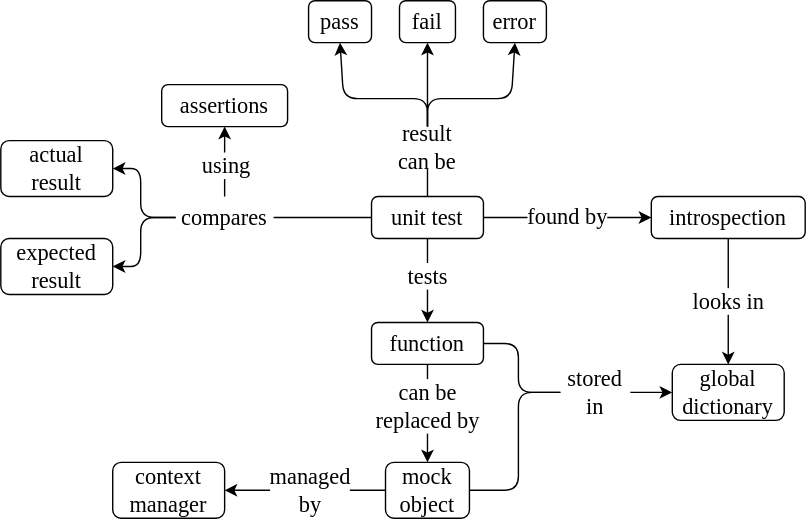
Above: docs/tester/tester_concept_map.svg in gvwilson/sdxpy (draw.io), before the change. Source tidied: cells renumbered, new cells last; positions are measured from the earlier drawing's top-left corner, leaving out a move shared by most shapes.
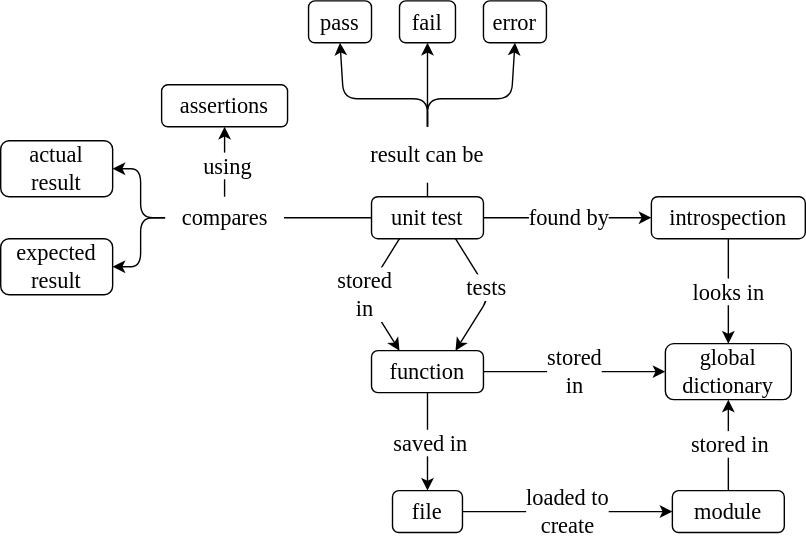
After the change.

What changed in the source:
```diff
@@ -23,12 +23,6 @@
     <mxCell id="8" value="&lt;font style=&quot;font-size: 16px; line-height: 1;&quot;&gt;introspection&lt;br style=&quot;font-size: 16px;&quot;&gt;&lt;/font&gt;" style="rounded=1;whiteSpace=wrap;html=1;hachureGap=4;fontFamily=Verdana;fontSize=16;fillColor=none;" parent="1" vertex="1">
       <mxGeometry x="465" y="140" width="110" height="30" as="geometry" />
     </mxCell>
-    <mxCell id="9" value="&lt;font style=&quot;font-size: 16px; line-height: 1;&quot;&gt;mock object&lt;br style=&quot;font-size: 16px;&quot;&gt;&lt;/font&gt;" style="rounded=1;whiteSpace=wrap;html=1;hachureGap=4;fontFamily=Verdana;fontSize=16;fillColor=none;" parent="1" vertex="1">
-      <mxGeometry x="275" y="330" width="60" height="40" as="geometry" />
-    </mxCell>
-    <mxCell id="10" value="&lt;font style=&quot;font-size: 16px; line-height: 1;&quot;&gt;context manager&lt;br style=&quot;font-size: 16px;&quot;&gt;&lt;/font&gt;" style="rounded=1;whiteSpace=wrap;html=1;hachureGap=4;fontFamily=Verdana;fontSize=16;fillColor=none;" parent="1" vertex="1">
-      <mxGeometry x="80" y="330" width="80" height="40" as="geometry" />
-    </mxCell>
     <mxCell id="11" value="&lt;font style=&quot;font-size: 16px;&quot;&gt;assertions&lt;/font&gt;" style="rounded=1;whiteSpace=wrap;html=1;hachureGap=4;fontFamily=Verdana;fontSize=16;fillColor=none;" parent="1" vertex="1">
       <mxGeometry x="115" y="60" width="90" height="30" as="geometry" />
     </mxCell>
@@ -40,8 +34,8 @@
         </Array>
       </mxGeometry>
     </mxCell>
-    <mxCell id="13" value="result&lt;br style=&quot;font-size: 16px;&quot;&gt;can be" style="text;html=1;strokeColor=none;fillColor=none;align=center;verticalAlign=middle;whiteSpace=wrap;rounded=0;sketch=1;hachureGap=4;fontFamily=Verdana;fontSize=16;" parent="1" vertex="1">
-      <mxGeometry x="275" y="90" width="60" height="30" as="geometry" />
+    <mxCell id="13" value="result can be" style="text;html=1;strokeColor=none;fillColor=none;align=center;verticalAlign=middle;whiteSpace=wrap;rounded=0;sketch=1;hachureGap=4;fontFamily=Verdana;fontSize=16;" parent="1" vertex="1">
+      <mxGeometry x="240" y="90" width="130" height="40" as="geometry" />
     </mxCell>
     <mxCell id="14" style="endArrow=classic;html=1;rounded=1;hachureGap=4;fontFamily=Verdana;fontSize=16;sourcePerimeterSpacing=8;targetPerimeterSpacing=8;entryX=0.5;entryY=1;entryDx=0;entryDy=0;exitX=0.5;exitY=0;exitDx=0;exitDy=0;" parent="1" edge="1" source="13" target="5">
       <mxGeometry relative="1" as="geometry">
@@ -52,7 +46,7 @@
       </mxGeometry>
     </mxCell>
     <mxCell id="15" value="compares" style="text;html=1;strokeColor=none;fillColor=none;align=center;verticalAlign=middle;whiteSpace=wrap;rounded=0;sketch=1;hachureGap=4;fontFamily=Verdana;fontSize=16;" parent="1" vertex="1">
-      <mxGeometry x="125" y="140" width="70" height="30" as="geometry" />
+      <mxGeometry x="117.5" y="140" width="85" height="30" as="geometry" />
     </mxCell>
     <mxCell id="16" style="endArrow=none;html=1;rounded=0;hachureGap=4;fontFamily=Verdana;fontSize=16;sourcePerimeterSpacing=8;targetPerimeterSpacing=8;curved=1;entryX=0;entryY=0.5;entryDx=0;entryDy=0;exitX=1;exitY=0.5;exitDx=0;exitDy=0;" parent="1" edge="1" source="15" target="2">
       <mxGeometry relative="1" as="geometry" />
@@ -80,67 +74,66 @@
       <mxGeometry x="-0.1" y="-1" relative="1" as="geometry" />
     </mxCell>
     <mxCell id="21" value="&lt;font style=&quot;font-size: 16px;&quot;&gt;function&lt;/font&gt;" style="rounded=1;whiteSpace=wrap;html=1;hachureGap=4;fontFamily=Verdana;fontSize=16;fillColor=none;" parent="1" vertex="1">
-      <mxGeometry x="265" y="230" width="80" height="30" as="geometry" />
+      <mxGeometry x="265" y="250" width="80" height="30" as="geometry" />
     </mxCell>
-    <mxCell id="22" style="endArrow=classic;html=1;rounded=0;hachureGap=4;fontFamily=Verdana;fontSize=16;sourcePerimeterSpacing=8;targetPerimeterSpacing=8;curved=1;exitX=0.5;exitY=1;exitDx=0;exitDy=0;entryX=0.5;entryY=0;entryDx=0;entryDy=0;" parent="1" edge="1" source="2" target="21">
-      <mxGeometry relative="1" as="geometry" />
+    <mxCell id="22" style="endArrow=classic;html=1;rounded=1;hachureGap=4;fontFamily=Verdana;fontSize=16;sourcePerimeterSpacing=8;targetPerimeterSpacing=8;exitX=0.75;exitY=1;exitDx=0;exitDy=0;entryX=0.75;entryY=0;entryDx=0;entryDy=0;" parent="1" edge="1" source="2" target="21">
+      <mxGeometry relative="1" as="geometry">
+        <Array as="points">
+          <mxPoint x="350" y="210" />
+        </Array>
+      </mxGeometry>
     </mxCell>
     <mxCell id="23" value="tests" style="edgeLabel;html=1;align=center;verticalAlign=middle;fontSize=16;fontFamily=Verdana;" parent="22" vertex="1">
       <mxGeometry x="-0.13" relative="1" as="geometry" />
     </mxCell>
-    <mxCell id="24" style="endArrow=classic;html=1;rounded=0;hachureGap=4;fontFamily=Verdana;fontSize=16;sourcePerimeterSpacing=8;targetPerimeterSpacing=8;curved=1;entryX=0.5;entryY=0;entryDx=0;entryDy=0;exitX=0.5;exitY=1;exitDx=0;exitDy=0;" parent="1" edge="1" source="21" target="9">
-      <mxGeometry relative="1" as="geometry" />
-    </mxCell>
-    <mxCell id="25" value="can be&lt;br style=&quot;font-size: 16px;&quot;&gt;replaced by" style="edgeLabel;html=1;align=center;verticalAlign=middle;fontSize=16;fontFamily=Verdana;" parent="24" vertex="1">
-      <mxGeometry x="-0.15" relative="1" as="geometry" />
-    </mxCell>
     <mxCell id="26" style="endArrow=classic;html=1;rounded=0;hachureGap=4;fontFamily=Verdana;fontSize=16;sourcePerimeterSpacing=8;targetPerimeterSpacing=8;curved=1;entryX=0;entryY=0.5;entryDx=0;entryDy=0;exitX=1;exitY=0.5;exitDx=0;exitDy=0;" parent="1" edge="1" source="2" target="8">
       <mxGeometry relative="1" as="geometry" />
     </mxCell>
     <mxCell id="27" value="found by" style="edgeLabel;html=1;align=center;verticalAlign=middle;fontSize=16;fontFamily=Verdana;" parent="26" vertex="1">
       <mxGeometry y="1" relative="1" as="geometry" />
     </mxCell>
-    <mxCell id="28" style="endArrow=classic;html=1;rounded=1;hachureGap=4;fontFamily=Verdana;fontSize=16;sourcePerimeterSpacing=8;targetPerimeterSpacing=8;entryX=1;entryY=0.5;entryDx=0;entryDy=0;exitX=0;exitY=0.5;exitDx=0;exitDy=0;" parent="1" edge="1" source="9" target="10">
-      <mxGeometry relative="1" as="geometry" />
-    </mxCell>
-    <mxCell id="29" value="managed&lt;br style=&quot;font-size: 16px;&quot;&gt;by" style="edgeLabel;html=1;align=center;verticalAlign=middle;fontSize=16;fontFamily=Verdana;spacingLeft=2;spacingRight=2;" parent="28" vertex="1">
-      <mxGeometry x="0.1" y="1" relative="1" as="geometry">
-        <mxPoint x="9" y="-1" as="offset" />
-      </mxGeometry>
-    </mxCell>
     <mxCell id="30" value="&lt;font style=&quot;font-size: 16px;&quot;&gt;global dictionary&lt;/font&gt;" style="rounded=1;whiteSpace=wrap;html=1;hachureGap=4;fontFamily=Verdana;fontSize=16;fillColor=none;" parent="1" vertex="1">
-      <mxGeometry x="480" y="260" width="80" height="40" as="geometry" />
+      <mxGeometry x="475" y="245" width="90" height="40" as="geometry" />
     </mxCell>
     <mxCell id="31" value="looks in" style="endArrow=classic;html=1;rounded=1;hachureGap=4;fontFamily=Verdana;fontSize=16;sourcePerimeterSpacing=8;targetPerimeterSpacing=8;entryX=0.5;entryY=0;entryDx=0;entryDy=0;exitX=0.5;exitY=1;exitDx=0;exitDy=0;" parent="1" edge="1" source="8" target="30">
       <mxGeometry relative="1" as="geometry" />
     </mxCell>
-    <mxCell id="32" value="stored in" style="text;html=1;strokeColor=none;fillColor=none;align=center;verticalAlign=middle;whiteSpace=wrap;rounded=0;hachureGap=4;fontFamily=Verdana;fontSize=16;" parent="1" vertex="1">
-      <mxGeometry x="400" y="265" width="50" height="30" as="geometry" />
-    </mxCell>
-    <mxCell id="33" style="endArrow=none;html=1;rounded=1;hachureGap=4;fontFamily=Verdana;fontSize=16;sourcePerimeterSpacing=8;targetPerimeterSpacing=8;entryX=0;entryY=0.5;entryDx=0;entryDy=0;exitX=1;exitY=0.5;exitDx=0;exitDy=0;" parent="1" edge="1" source="21" target="32">
-      <mxGeometry relative="1" as="geometry">
-        <Array as="points">
-          <mxPoint x="370" y="245" />
-          <mxPoint x="370" y="280" />
-        </Array>
-      </mxGeometry>
-    </mxCell>
-    <mxCell id="34" style="endArrow=none;html=1;rounded=1;hachureGap=4;fontFamily=Verdana;fontSize=16;sourcePerimeterSpacing=8;targetPerimeterSpacing=8;entryX=0;entryY=0.5;entryDx=0;entryDy=0;exitX=1;exitY=0.5;exitDx=0;exitDy=0;" parent="1" edge="1" source="9" target="32">
-      <mxGeometry relative="1" as="geometry">
-        <Array as="points">
-          <mxPoint x="370" y="350" />
-          <mxPoint x="370" y="280" />
-        </Array>
-      </mxGeometry>
-    </mxCell>
-    <mxCell id="35" style="endArrow=classic;html=1;rounded=1;hachureGap=4;fontFamily=Verdana;fontSize=16;sourcePerimeterSpacing=8;targetPerimeterSpacing=8;entryX=0;entryY=0.5;entryDx=0;entryDy=0;exitX=1;exitY=0.5;exitDx=0;exitDy=0;" parent="1" edge="1" source="32" target="30">
-      <mxGeometry relative="1" as="geometry" />
-    </mxCell>
     <mxCell id="36" style="endArrow=classic;html=1;rounded=1;hachureGap=4;fontFamily=Verdana;fontSize=16;sourcePerimeterSpacing=8;targetPerimeterSpacing=8;entryX=0.5;entryY=1;entryDx=0;entryDy=0;exitX=0.5;exitY=0;exitDx=0;exitDy=0;" parent="1" edge="1" source="13" target="4">
       <mxGeometry relative="1" as="geometry" />
     </mxCell>
     <mxCell id="37" style="endArrow=none;html=1;rounded=0;exitX=0.5;exitY=0;exitDx=0;exitDy=0;entryX=0.5;entryY=1;entryDx=0;entryDy=0;" parent="1" edge="1" source="2" target="13">
       <mxGeometry relative="1" as="geometry" />
     </mxCell>
+    <mxCell id="38" style="endArrow=classic;html=1;rounded=0;hachureGap=4;fontFamily=Verdana;fontSize=16;sourcePerimeterSpacing=8;targetPerimeterSpacing=8;curved=1;entryX=0.5;entryY=0;entryDx=0;entryDy=0;exitX=0.5;exitY=1;exitDx=0;exitDy=0;" parent="1" edge="1" source="21" target="41">
+      <mxGeometry relative="1" as="geometry" />
+    </mxCell>
+    <mxCell id="39" value="saved in" style="edgeLabel;html=1;align=center;verticalAlign=middle;fontSize=16;fontFamily=Verdana;" parent="38" vertex="1">
+      <mxGeometry y="1" relative="1" as="geometry" />
+    </mxCell>
+    <mxCell id="40" value="&lt;font style=&quot;font-size: 16px&quot; face=&quot;Verdana&quot;&gt;stored&lt;br&gt;in&lt;/font&gt;" style="endArrow=classic;html=1;rounded=1;exitX=0.25;exitY=1;exitDx=0;exitDy=0;entryX=0.25;entryY=0;entryDx=0;entryDy=0;" parent="1" edge="1" source="2" target="21">
+      <mxGeometry relative="1" as="geometry">
+        <Array as="points">
+          <mxPoint x="260" y="210" />
+        </Array>
+      </mxGeometry>
+    </mxCell>
+    <mxCell id="41" value="&lt;font style=&quot;font-size: 16px&quot;&gt;file&lt;/font&gt;" style="rounded=1;whiteSpace=wrap;html=1;hachureGap=4;fontFamily=Verdana;fontSize=16;fillColor=none;" parent="1" vertex="1">
+      <mxGeometry x="280" y="350" width="50" height="30" as="geometry" />
+    </mxCell>
+    <mxCell id="42" value="&lt;font style=&quot;font-size: 16px&quot;&gt;module&lt;/font&gt;" style="rounded=1;whiteSpace=wrap;html=1;hachureGap=4;fontFamily=Verdana;fontSize=16;fillColor=none;" parent="1" vertex="1">
+      <mxGeometry x="480" y="350" width="80" height="30" as="geometry" />
+    </mxCell>
+    <mxCell id="43" value="loaded to&lt;br&gt;create" style="endArrow=classic;html=1;rounded=1;fontFamily=Verdana;fontSize=16;exitX=1;exitY=0.5;exitDx=0;exitDy=0;entryX=0;entryY=0.5;entryDx=0;entryDy=0;" parent="1" edge="1" source="41" target="42">
+      <mxGeometry relative="1" as="geometry" />
+    </mxCell>
+    <mxCell id="44" style="endArrow=classic;html=1;rounded=1;fontFamily=Verdana;fontSize=16;entryX=0.5;entryY=1;entryDx=0;entryDy=0;" parent="1" edge="1" source="42" target="30">
+      <mxGeometry relative="1" as="geometry" />
+    </mxCell>
+    <mxCell id="45" value="stored in" style="edgeLabel;html=1;align=center;verticalAlign=middle;fontSize=16;fontFamily=Verdana;" parent="44" vertex="1">
+      <mxGeometry x="0.05" relative="1" as="geometry" />
+    </mxCell>
+    <mxCell id="46" value="stored&lt;br&gt;in" style="endArrow=classic;html=1;rounded=1;fontFamily=Verdana;fontSize=16;exitX=1;exitY=0.5;exitDx=0;exitDy=0;entryX=0;entryY=0.5;entryDx=0;entryDy=0;" parent="1" edge="1" source="21" target="30">
+      <mxGeometry relative="1" as="geometry" />
+    </mxCell>
   </root>
 </mxGraphModel>
```
